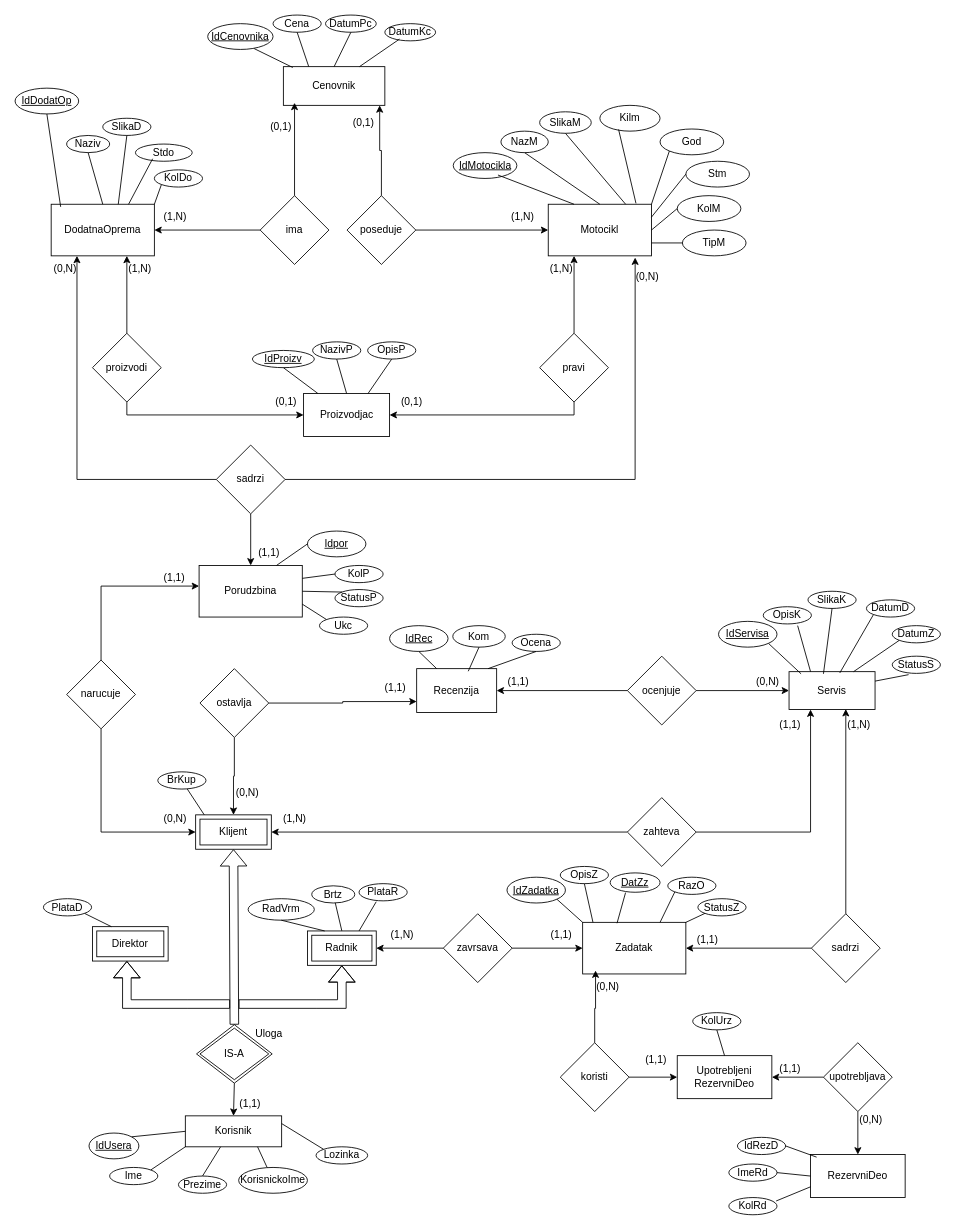
This is EER_Model.drawio from StefanRadasinovic/DiplomskiRAD, a draw.io file, before an edit. Source tidied: cells renumbered, new cells numbered last; positions are measured from the earlier drawing's top-left corner, leaving out a move shared by most shapes. Both pictures are drawn from the tidied source at 86%, with x=0, y=0 at pixel (15, 15).
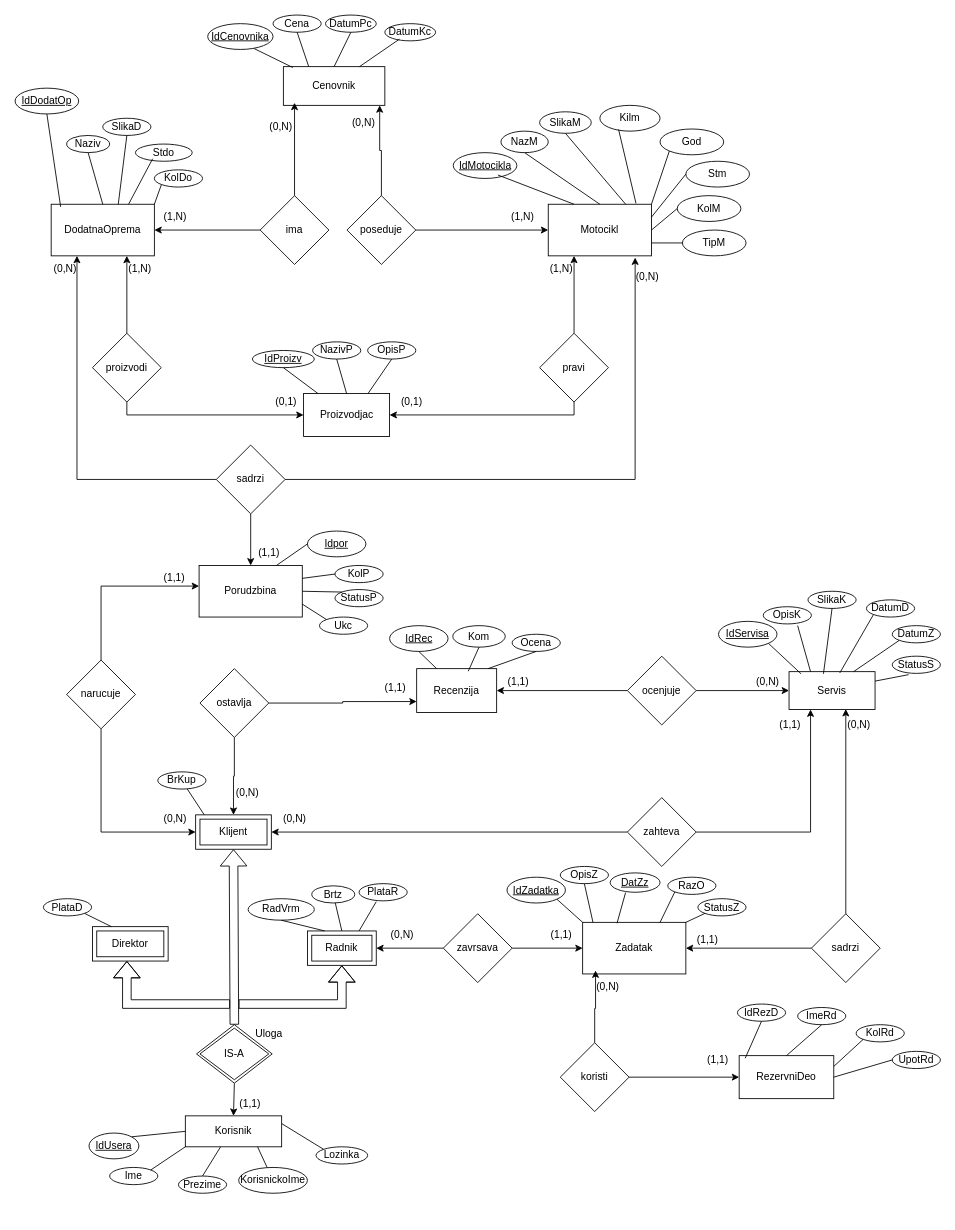
After the change.

The change refers to these unchanged cells:
```xml
<mxCell id="168" value="koristi" style="rhombus;whiteSpace=wrap;html=1;" parent="1" vertex="1">
  <mxGeometry x="634" y="1195" width="80" height="80" as="geometry" />
</mxCell>
```

Change to the diagram source:
```diff
@@
-    <mxCell id="74" value="(0,1)" style="text;html=1;align=center;verticalAlign=middle;strokeColor=none;fillColor=none;" parent="1" vertex="1">
+    <mxCell id="74" value="(0,N)" style="text;html=1;align=center;verticalAlign=middle;strokeColor=none;fillColor=none;" parent="1" vertex="1">
       <mxGeometry x="284" y="115" width="50" height="30" as="geometry" />
     </mxCell>
@@
-    <mxCell id="105" value="(1,N)" style="text;html=1;align=center;verticalAlign=middle;strokeColor=none;fillColor=none;" parent="1" vertex="1">
+    <mxCell id="105" value="(0,N)" style="text;html=1;align=center;verticalAlign=middle;strokeColor=none;fillColor=none;" parent="1" vertex="1">
       <mxGeometry x="425" y="1055" width="50" height="30" as="geometry" />
     </mxCell>
@@
-    <mxCell id="161" value="(1,N)" style="text;html=1;align=center;verticalAlign=middle;strokeColor=none;fillColor=none;" parent="1" vertex="1">
+    <mxCell id="161" value="(0,N)" style="text;html=1;align=center;verticalAlign=middle;strokeColor=none;fillColor=none;" parent="1" vertex="1">
       <mxGeometry x="300" y="920" width="50" height="30" as="geometry" />
     </mxCell>
@@
-    <mxCell id="167" style="edgeStyle=orthogonalEdgeStyle;rounded=0;jettySize=auto;html=1;entryX=0;entryY=0.5;entryDx=0;entryDy=0;" parent="1" edge="1" source="168" target="171">
-      <mxGeometry relative="1" as="geometry" />
-    </mxCell>
+    <mxCell id="203" style="edgeStyle=orthogonalEdgeStyle;rounded=0;jettySize=auto;html=1;entryX=0;entryY=0.5;entryDx=0;entryDy=0;" parent="1" edge="1" source="168" target="175">
+      <mxGeometry relative="1" as="geometry" />
+    </mxCell>
@@
-    <mxCell id="170" value="(1,N)" style="text;html=1;align=center;verticalAlign=middle;strokeColor=none;fillColor=none;" parent="1" vertex="1">
+    <mxCell id="170" value="(0,N)" style="text;html=1;align=center;verticalAlign=middle;strokeColor=none;fillColor=none;" parent="1" vertex="1">
       <mxGeometry x="956" y="811" width="50" height="30" as="geometry" />
     </mxCell>
-    <mxCell id="171" value="Upotrebljeni&lt;div&gt;RezervniDeo&lt;/div&gt;" style="rounded=0;whiteSpace=wrap;html=1;" parent="1" vertex="1">
-      <mxGeometry x="770" y="1210" width="110" height="50" as="geometry" />
-    </mxCell>
-    <mxCell id="172" style="edgeStyle=orthogonalEdgeStyle;rounded=0;jettySize=auto;html=1;entryX=1;entryY=0.5;entryDx=0;entryDy=0;" parent="1" edge="1" source="174" target="171">
-      <mxGeometry relative="1" as="geometry" />
-    </mxCell>
-    <mxCell id="173" style="edgeStyle=orthogonalEdgeStyle;rounded=0;jettySize=auto;html=1;entryX=0.5;entryY=0;entryDx=0;entryDy=0;" parent="1" edge="1" source="174" target="175">
-      <mxGeometry relative="1" as="geometry" />
-    </mxCell>
-    <mxCell id="174" value="upotrebljava" style="rhombus;whiteSpace=wrap;html=1;" parent="1" vertex="1">
-      <mxGeometry x="940" y="1195" width="80" height="80" as="geometry" />
-    </mxCell>
     <mxCell id="175" value="RezervniDeo" style="rounded=0;whiteSpace=wrap;html=1;" parent="1" vertex="1">
-      <mxGeometry x="925" y="1325" width="110" height="50" as="geometry" />
+      <mxGeometry x="842" y="1210" width="110" height="50" as="geometry" />
     </mxCell>
     <mxCell id="176" value="(1,1)" style="text;html=1;align=center;verticalAlign=middle;strokeColor=none;fillColor=none;" parent="1" vertex="1">
-      <mxGeometry x="720" y="1200" width="50" height="30" as="geometry" />
+      <mxGeometry x="792" y="1200" width="50" height="30" as="geometry" />
     </mxCell>
-    <mxCell id="177" value="(1,1)" style="text;html=1;align=center;verticalAlign=middle;strokeColor=none;fillColor=none;" parent="1" vertex="1">
-      <mxGeometry x="876" y="1210" width="50" height="30" as="geometry" />
-    </mxCell>
@@
-    <mxCell id="179" value="(0,N)" style="text;html=1;align=center;verticalAlign=middle;strokeColor=none;fillColor=none;" parent="1" vertex="1">
-      <mxGeometry x="970" y="1270" width="50" height="30" as="geometry" />
-    </mxCell>
-    <mxCell id="180" value="KolUrz" style="ellipse;whiteSpace=wrap;html=1;align=center;" parent="1" vertex="1">
-      <mxGeometry x="788" y="1160" width="56" height="20" as="geometry" />
-    </mxCell>
-    <mxCell id="181" style="endArrow=none;html=1;rounded=0;entryX=0.5;entryY=1;entryDx=0;entryDy=0;exitX=0.5;exitY=0;exitDx=0;exitDy=0;" parent="1" edge="1" source="171" target="180">
-      <mxGeometry relative="1" as="geometry" />
-    </mxCell>
     <mxCell id="182" value="IdRezD" style="ellipse;whiteSpace=wrap;html=1;align=center;" parent="1" vertex="1">
-      <mxGeometry x="840" y="1305" width="56" height="20" as="geometry" />
+      <mxGeometry x="840" y="1150" width="56" height="20" as="geometry" />
     </mxCell>
     <mxCell id="183" value="ImeRd" style="ellipse;whiteSpace=wrap;html=1;align=center;" parent="1" vertex="1">
-      <mxGeometry x="830" y="1336" width="56" height="20" as="geometry" />
+      <mxGeometry x="910" y="1154" width="56" height="20" as="geometry" />
     </mxCell>
     <mxCell id="184" value="KolRd" style="ellipse;whiteSpace=wrap;html=1;align=center;" parent="1" vertex="1">
-      <mxGeometry x="830" y="1375" width="56" height="20" as="geometry" />
+      <mxGeometry x="978" y="1174" width="56" height="20" as="geometry" />
     </mxCell>
-    <mxCell id="185" style="endArrow=none;html=1;rounded=0;entryX=0.064;entryY=0.06;entryDx=0;entryDy=0;entryPerimeter=0;exitX=1;exitY=0.5;exitDx=0;exitDy=0;" parent="1" edge="1" source="182" target="175">
+    <mxCell id="185" style="endArrow=none;html=1;rounded=0;entryX=0.064;entryY=0.06;entryDx=0;entryDy=0;entryPerimeter=0;exitX=0.5;exitY=1;exitDx=0;exitDy=0;" parent="1" edge="1" source="182" target="175">
       <mxGeometry relative="1" as="geometry" />
     </mxCell>
-    <mxCell id="186" style="endArrow=none;html=1;rounded=0;entryX=0;entryY=0.5;entryDx=0;entryDy=0;exitX=1;exitY=0.5;exitDx=0;exitDy=0;" parent="1" edge="1" source="183" target="175">
+    <mxCell id="186" style="endArrow=none;html=1;rounded=0;entryX=0.5;entryY=0;entryDx=0;entryDy=0;exitX=0.5;exitY=1;exitDx=0;exitDy=0;" parent="1" edge="1" source="183" target="175">
       <mxGeometry relative="1" as="geometry" />
     </mxCell>
-    <mxCell id="187" style="endArrow=none;html=1;rounded=0;entryX=0;entryY=0.75;entryDx=0;entryDy=0;exitX=0.982;exitY=0.2;exitDx=0;exitDy=0;exitPerimeter=0;" parent="1" edge="1" source="184" target="175">
+    <mxCell id="187" style="endArrow=none;html=1;rounded=0;entryX=1;entryY=0.25;entryDx=0;entryDy=0;exitX=0;exitY=1;exitDx=0;exitDy=0;" parent="1" edge="1" source="184" target="175">
       <mxGeometry relative="1" as="geometry" />
     </mxCell>
@@
-    <mxCell id="197" value="(0,1)" style="text;html=1;align=center;verticalAlign=middle;strokeColor=none;fillColor=none;" parent="1" vertex="1">
+    <mxCell id="197" value="(0,N)" style="text;html=1;align=center;verticalAlign=middle;strokeColor=none;fillColor=none;" parent="1" vertex="1">
       <mxGeometry x="380" y="110" width="50" height="30" as="geometry" />
     </mxCell>
@@
+    <mxCell id="204" style="edgeStyle=orthogonalEdgeStyle;rounded=0;orthogonalLoop=1;jettySize=auto;html=1;exitX=0.5;exitY=1;exitDx=0;exitDy=0;" parent="1" edge="1" source="184" target="184">
+      <mxGeometry relative="1" as="geometry" />
+    </mxCell>
+    <mxCell id="205" value="UpotRd" style="ellipse;whiteSpace=wrap;html=1;align=center;" parent="1" vertex="1">
+      <mxGeometry x="1020" y="1205" width="56" height="20" as="geometry" />
+    </mxCell>
+    <mxCell id="206" style="endArrow=none;html=1;rounded=0;entryX=0;entryY=0.5;entryDx=0;entryDy=0;exitX=1;exitY=0.5;exitDx=0;exitDy=0;" parent="1" edge="1" source="175" target="205">
+      <mxGeometry relative="1" as="geometry" />
+    </mxCell>
```
